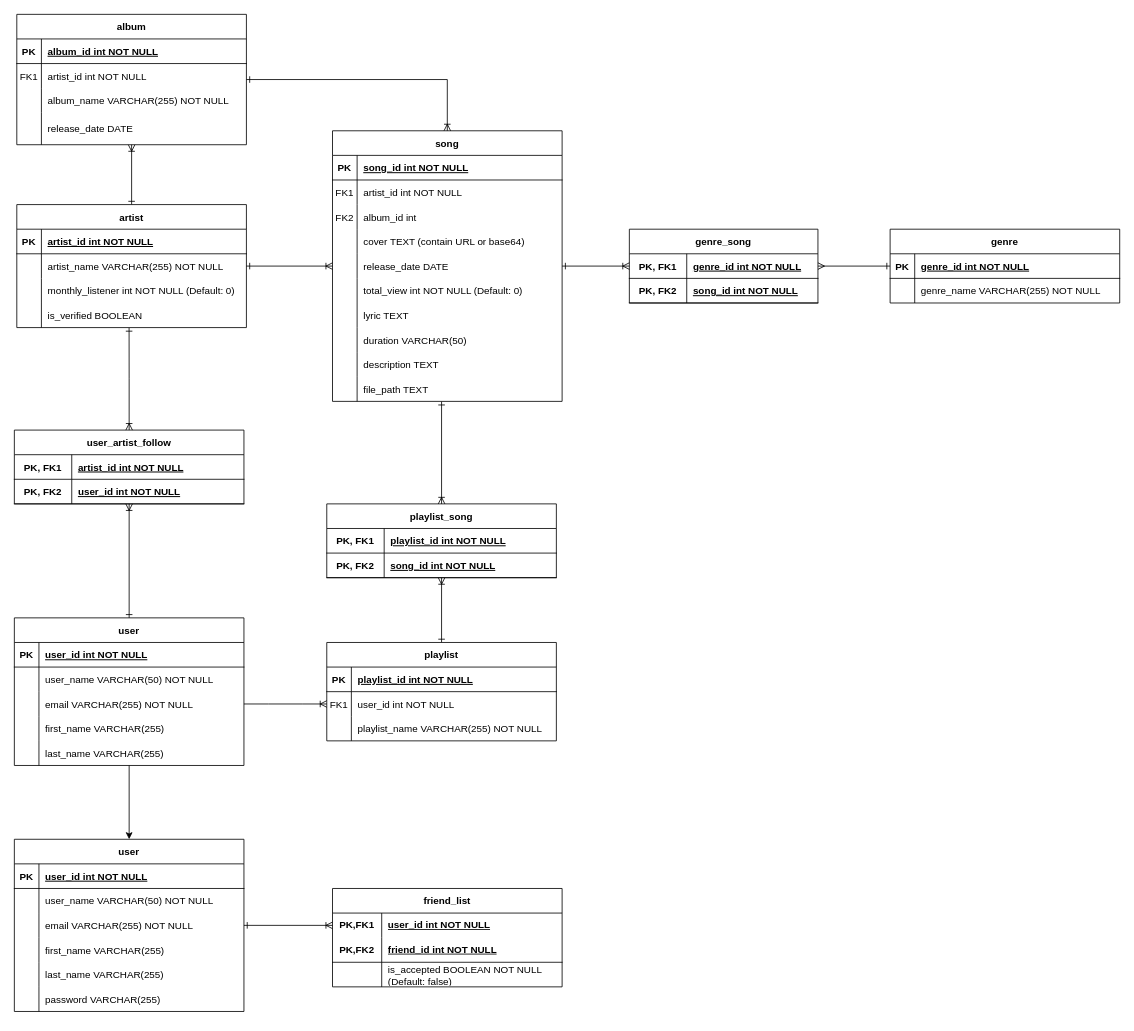
Above: erd/spotify-erd.drawio in ktphuc1994/capstone-spotify-node-adv (draw.io), before the change. Source tidied: cells renumbered, new cells numbered last; positions are measured from the earlier drawing's top-left corner, leaving out a move shared by most shapes. Both pictures are drawn from the tidied source at 82%, with x=0, y=0 at pixel (14, 14).
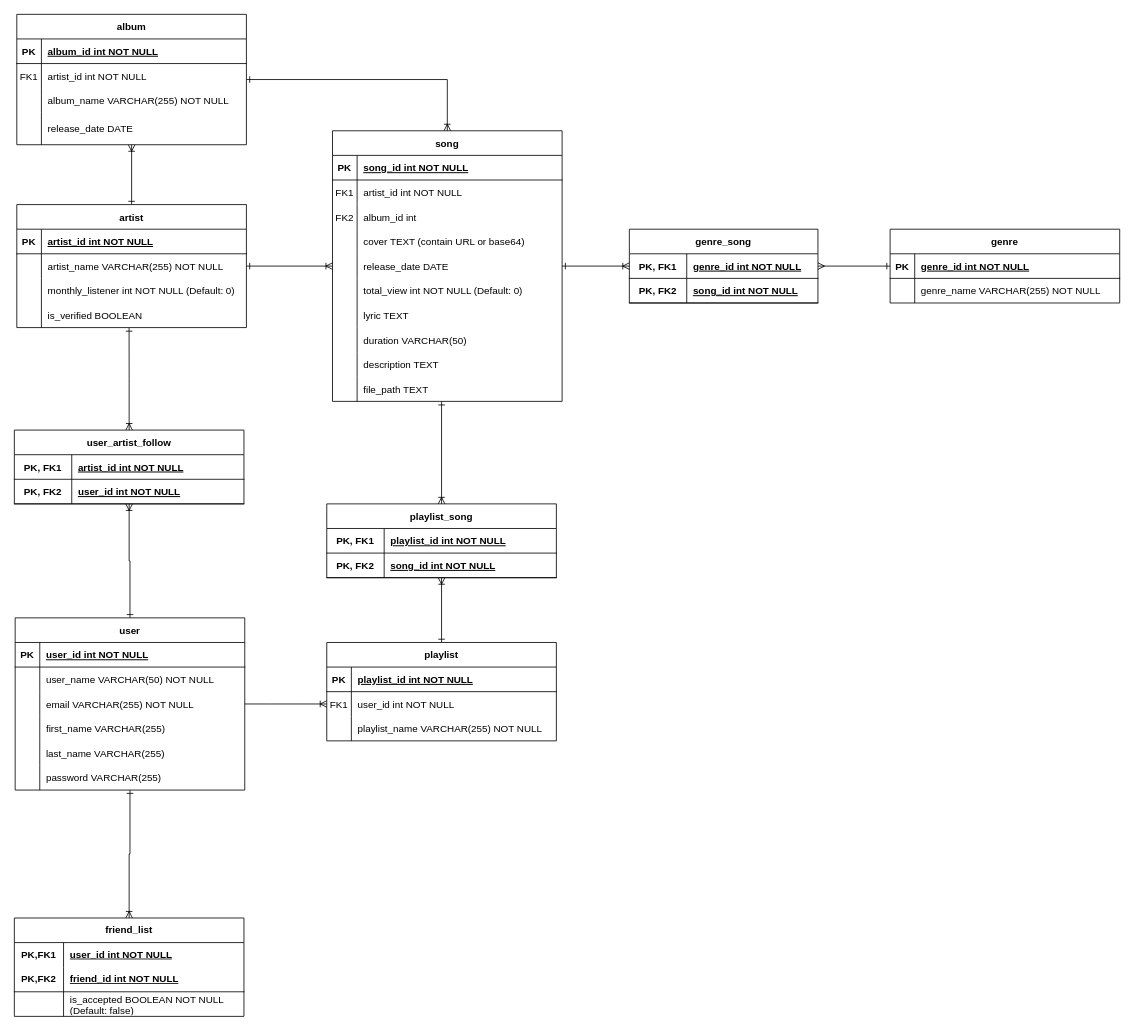
The same page after the edit.

The change refers to these unchanged cells:
```xml
<mxCell id="145" style="shape=tableRow;horizontal=0;startSize=0;swimlaneHead=0;swimlaneBody=0;fillColor=none;points=[[0,0.5],[1,0.5]];portConstraint=eastwest;top=0;left=0;right=0;bottom=0;html=1;" parent="144" vertex="1">
  <mxGeometry y="30" width="280" height="30" as="geometry" />
</mxCell>
```

Diff of the diagram source:
```diff
@@
-    <mxCell id="2" style="edgeStyle=orthogonalEdgeStyle;rounded=0;jettySize=auto;html=1;" parent="1" edge="1" source="3" target="125">
-      <mxGeometry relative="1" as="geometry" />
-    </mxCell>
+    <mxCell id="154" style="edgeStyle=orthogonalEdgeStyle;rounded=0;jettySize=auto;html=1;entryX=0.5;entryY=0;entryDx=0;entryDy=0;endArrow=ERoneToMany;endFill=0;startArrow=ERone;startFill=0;" parent="1" edge="1" source="3" target="144">
+      <mxGeometry relative="1" as="geometry" />
+    </mxCell>
     <mxCell id="3" value="user" style="shape=table;startSize=30;childLayout=tableLayout;rowLines=0;fontStyle=1;align=center;" parent="1" vertex="1">
-      <mxGeometry y="736" width="280" height="180" as="geometry" />
+      <mxGeometry x="1" y="736" width="280" height="210" as="geometry" />
     </mxCell>
@@
+    <mxCell id="141" style="shape=partialRectangle;fillColor=none;top=0;left=0;right=0;bottom=0;" parent="3" vertex="1">
+      <mxGeometry y="180" width="280" height="30" as="geometry" />
+    </mxCell>
+    <mxCell id="155" value="&#10;" style="shape=partialRectangle;overflow=hidden;fillColor=none;top=0;left=0;bottom=0;right=0;" parent="141" vertex="1">
+      <mxGeometry width="30" height="30" as="geometry" />
+    </mxCell>
+    <mxCell id="143" value="password VARCHAR(255)" style="shape=partialRectangle;overflow=hidden;fillColor=none;top=0;left=0;bottom=0;right=0;align=left;spacingLeft=6;" parent="141" vertex="1">
+      <mxGeometry x="30" width="250" height="30" as="geometry" />
+    </mxCell>
@@
-    <mxCell id="124" style="edgeStyle=orthogonalEdgeStyle;rounded=0;jettySize=auto;html=1;endArrow=ERoneToMany;endFill=0;startArrow=ERone;startFill=0;" parent="1" edge="1" source="125" target="145">
-      <mxGeometry relative="1" as="geometry" />
-    </mxCell>
-    <mxCell id="125" value="user" style="shape=table;startSize=30;childLayout=tableLayout;rowLines=0;fontStyle=1;align=center;" parent="1" vertex="1">
-      <mxGeometry y="1006" width="280" height="210" as="geometry" />
-    </mxCell>
-    <mxCell id="126" style="shape=partialRectangle;fillColor=none;top=0;left=0;right=0;bottom=1;" parent="125" vertex="1">
-      <mxGeometry y="30" width="280" height="30" as="geometry" />
-    </mxCell>
-    <mxCell id="127" value="PK" style="shape=partialRectangle;overflow=hidden;fillColor=none;top=0;left=0;bottom=0;right=0;fontStyle=1;" parent="126" vertex="1">
-      <mxGeometry width="30" height="30" as="geometry" />
-    </mxCell>
-    <mxCell id="128" value="user_id int NOT NULL " style="shape=partialRectangle;overflow=hidden;fillColor=none;top=0;left=0;bottom=0;right=0;align=left;spacingLeft=6;fontStyle=5;" parent="126" vertex="1">
-      <mxGeometry x="30" width="250" height="30" as="geometry" />
-    </mxCell>
-    <mxCell id="129" style="shape=partialRectangle;fillColor=none;top=0;left=0;right=0;bottom=0;" parent="125" vertex="1">
-      <mxGeometry y="60" width="280" height="30" as="geometry" />
-    </mxCell>
-    <mxCell id="130" style="shape=partialRectangle;overflow=hidden;fillColor=none;top=0;left=0;bottom=0;right=0;" parent="129" vertex="1">
-      <mxGeometry width="30" height="30" as="geometry" />
-    </mxCell>
-    <mxCell id="131" value="user_name VARCHAR(50) NOT NULL" style="shape=partialRectangle;overflow=hidden;fillColor=none;top=0;left=0;bottom=0;right=0;align=left;spacingLeft=6;" parent="129" vertex="1">
-      <mxGeometry x="30" width="250" height="30" as="geometry" />
-    </mxCell>
-    <mxCell id="132" style="shape=partialRectangle;fillColor=none;top=0;left=0;right=0;bottom=0;" parent="125" vertex="1">
-      <mxGeometry y="90" width="280" height="30" as="geometry" />
-    </mxCell>
-    <mxCell id="133" style="shape=partialRectangle;overflow=hidden;fillColor=none;top=0;left=0;bottom=0;right=0;" parent="132" vertex="1">
-      <mxGeometry width="30" height="30" as="geometry" />
-    </mxCell>
-    <mxCell id="134" value="email VARCHAR(255) NOT NULL" style="shape=partialRectangle;overflow=hidden;fillColor=none;top=0;left=0;bottom=0;right=0;align=left;spacingLeft=6;" parent="132" vertex="1">
-      <mxGeometry x="30" width="250" height="30" as="geometry" />
-    </mxCell>
-    <mxCell id="135" style="shape=partialRectangle;fillColor=none;top=0;left=0;right=0;bottom=0;" parent="125" vertex="1">
-      <mxGeometry y="120" width="280" height="30" as="geometry" />
-    </mxCell>
-    <mxCell id="136" style="shape=partialRectangle;overflow=hidden;fillColor=none;top=0;left=0;bottom=0;right=0;" parent="135" vertex="1">
-      <mxGeometry width="30" height="30" as="geometry" />
-    </mxCell>
-    <mxCell id="137" value="first_name VARCHAR(255)" style="shape=partialRectangle;overflow=hidden;fillColor=none;top=0;left=0;bottom=0;right=0;align=left;spacingLeft=6;" parent="135" vertex="1">
-      <mxGeometry x="30" width="250" height="30" as="geometry" />
-    </mxCell>
-    <mxCell id="138" style="shape=partialRectangle;fillColor=none;top=0;left=0;right=0;bottom=0;" parent="125" vertex="1">
-      <mxGeometry y="150" width="280" height="30" as="geometry" />
-    </mxCell>
-    <mxCell id="139" style="shape=partialRectangle;overflow=hidden;fillColor=none;top=0;left=0;bottom=0;right=0;" parent="138" vertex="1">
-      <mxGeometry width="30" height="30" as="geometry" />
-    </mxCell>
-    <mxCell id="140" value="last_name VARCHAR(255)" style="shape=partialRectangle;overflow=hidden;fillColor=none;top=0;left=0;bottom=0;right=0;align=left;spacingLeft=6;" parent="138" vertex="1">
-      <mxGeometry x="30" width="250" height="30" as="geometry" />
-    </mxCell>
-    <mxCell id="141" style="shape=partialRectangle;fillColor=none;top=0;left=0;right=0;bottom=0;" parent="125" vertex="1">
-      <mxGeometry y="180" width="280" height="30" as="geometry" />
-    </mxCell>
-    <mxCell id="142" style="shape=partialRectangle;overflow=hidden;fillColor=none;top=0;left=0;bottom=0;right=0;" parent="141" vertex="1">
-      <mxGeometry width="30" height="30" as="geometry" />
-    </mxCell>
-    <mxCell id="143" value="password VARCHAR(255)" style="shape=partialRectangle;overflow=hidden;fillColor=none;top=0;left=0;bottom=0;right=0;align=left;spacingLeft=6;" parent="141" vertex="1">
-      <mxGeometry x="30" width="250" height="30" as="geometry" />
-    </mxCell>
     <mxCell id="144" value="friend_list" style="shape=table;startSize=30;childLayout=tableLayout;rowLines=0;fontStyle=1;align=center;html=1;whiteSpace=wrap;" parent="1" vertex="1">
-      <mxGeometry x="388" y="1066" width="280" height="120" as="geometry" />
+      <mxGeometry y="1102" width="280" height="120" as="geometry" />
     </mxCell>
```
